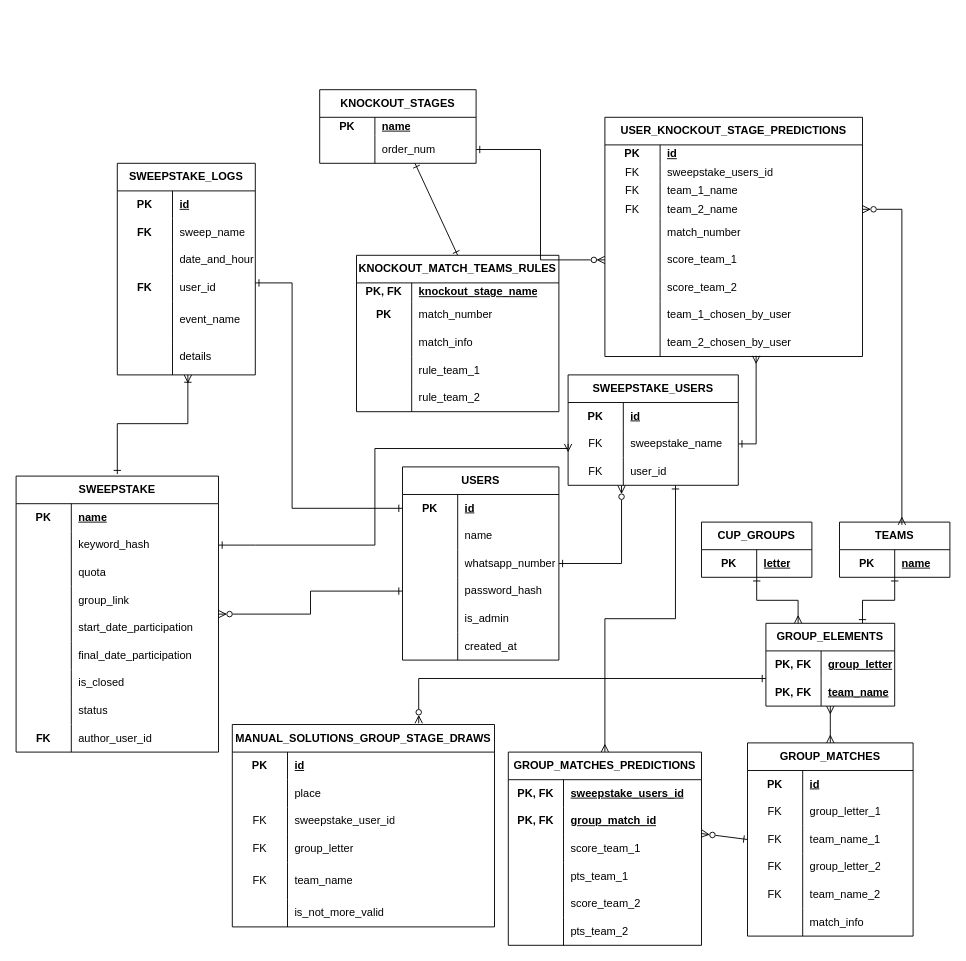
PedroKBarros/Bolao-do-Joca-2026 keeps this draw.io diagram as docs/Database - Diagrama ER.drawio. Above is the earlier version. Source tidied: cells renumbered, new cells numbered last; positions are measured from the earlier drawing's top-left corner, leaving out a move shared by most shapes. Both pictures are drawn from the tidied source at 92%, with x=0, y=0 at pixel (16, 89).
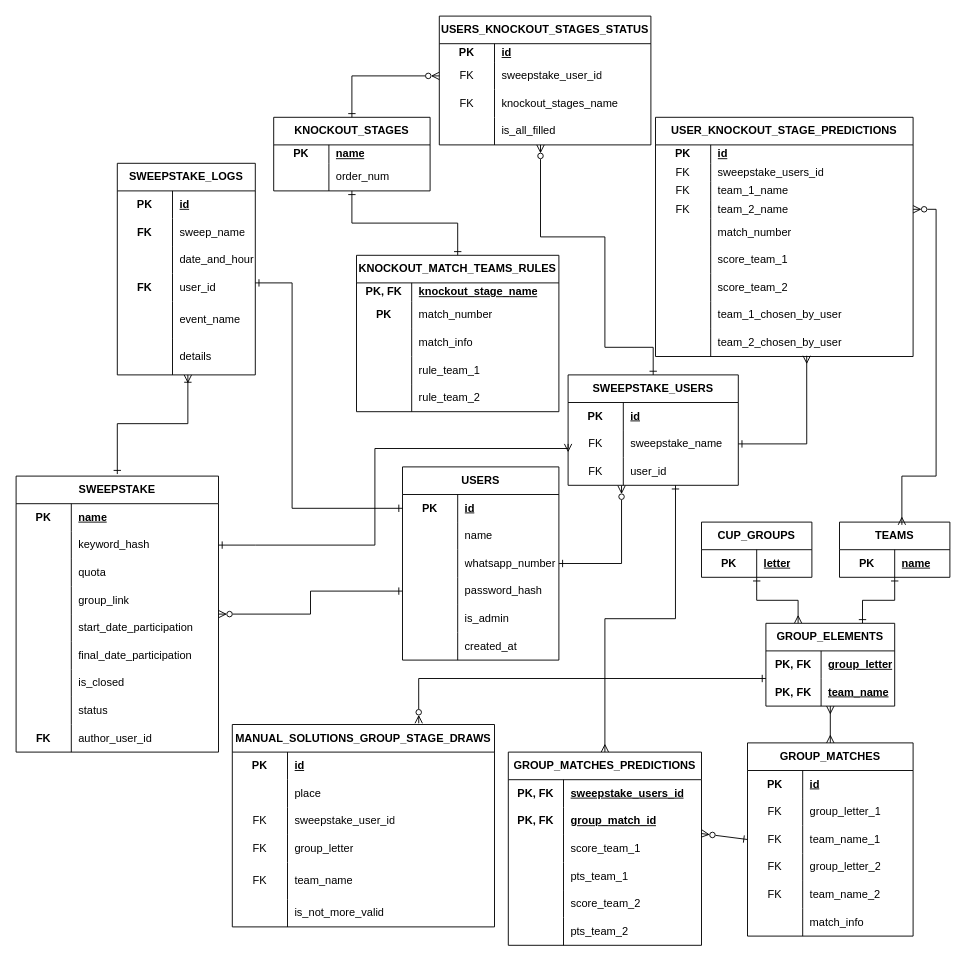
The same diagram, later.

Unchanged cells that the change refers to:
```xml
<mxCell id="8" value="TEAMS" style="shape=table;startSize=30;childLayout=tableLayout;rowLines=0;fontStyle=1;align=center;html=1;whiteSpace=wrap;rounded=0;" parent="1" vertex="1">
  <mxGeometry x="895" y="470" width="120" height="60" as="geometry" />
</mxCell>
<mxCell id="104" style="shape=tableRow;horizontal=0;startSize=0;swimlaneHead=0;swimlaneBody=0;fillColor=none;points=[[0,0.5],[1,0.5]];portConstraint=eastwest;top=0;left=0;right=0;bottom=0;html=1;rounded=0;" parent="100" vertex="1">
  <mxGeometry y="50" width="170" height="30" as="geometry" />
</mxCell>
<mxCell id="107" value="KNOCKOUT_MATCH_TEAMS_RULES" style="shape=table;startSize=30;childLayout=tableLayout;rowLines=0;fontStyle=1;align=center;html=1;whiteSpace=wrap;rounded=0;" parent="1" vertex="1">
  <mxGeometry x="370" y="180" width="220" height="170" as="geometry" />
</mxCell>
<mxCell id="133" style="shape=tableRow;horizontal=0;startSize=0;swimlaneHead=0;swimlaneBody=0;fillColor=none;points=[[0,0.5],[1,0.5]];portConstraint=eastwest;top=0;left=0;right=0;bottom=0;html=1;rounded=0;fontStyle=0;" parent="123" vertex="1">
  <mxGeometry y="90" width="280" height="20" as="geometry" />
</mxCell>
<mxCell id="139" style="shape=tableRow;horizontal=0;startSize=0;swimlaneHead=0;swimlaneBody=0;fillColor=none;points=[[0,0.5],[1,0.5]];portConstraint=eastwest;top=0;left=0;right=0;bottom=0;html=1;rounded=0;" parent="123" vertex="1">
  <mxGeometry y="140" width="280" height="30" as="geometry" />
</mxCell>
<mxCell id="183" value="SWEEPSTAKE_USERS" style="shape=table;startSize=30;childLayout=tableLayout;rowLines=0;fontStyle=1;align=center;html=1;whiteSpace=wrap;rounded=0;" parent="1" vertex="1">
  <mxGeometry x="600" y="310" width="185" height="120" as="geometry" />
</mxCell>
```

The edit, as a diff of the source:
```diff
@@
-    <mxCell id="99" style="edgeStyle=none;html=1;entryX=0.5;entryY=0;entryDx=0;entryDy=0;endArrow=ERone;endFill=0;startArrow=ERone;startFill=0;" parent="1" edge="1" source="100" target="107">
+    <mxCell id="99" style="edgeStyle=orthogonalEdgeStyle;html=1;entryX=0.5;entryY=0;entryDx=0;entryDy=0;endArrow=ERone;endFill=0;startArrow=ERone;startFill=0;rounded=0;curved=0;" parent="1" edge="1" source="100" target="107">
       <mxGeometry relative="1" as="geometry" />
     </mxCell>
     <mxCell id="100" value="KNOCKOUT_STAGES" style="shape=table;startSize=30;childLayout=tableLayout;rowLines=0;fontStyle=1;align=center;html=1;whiteSpace=wrap;rounded=0;" parent="1" vertex="1">
-      <mxGeometry x="330" width="170" height="80" as="geometry" />
+      <mxGeometry x="280" y="30" width="170" height="80" as="geometry" />
     </mxCell>
@@
     <mxCell id="123" value="&lt;span style=&quot;color: rgb(0, 0, 0);&quot;&gt;USER_KNOCKOUT_STAGE_PREDICTIONS&lt;/span&gt;" style="shape=table;startSize=30;childLayout=tableLayout;rowLines=0;fontStyle=1;align=center;html=1;whiteSpace=wrap;rounded=0;" parent="1" vertex="1">
-      <mxGeometry x="640" y="30" width="280" height="260" as="geometry" />
+      <mxGeometry x="695" y="30" width="280" height="260" as="geometry" />
     </mxCell>
@@
     <mxCell id="151" style="edgeStyle=orthogonalEdgeStyle;html=1;entryX=0.565;entryY=0.05;entryDx=0;entryDy=0;entryPerimeter=0;startArrow=ERzeroToMany;startFill=0;endArrow=ERmany;endFill=0;rounded=0;curved=0;exitX=1;exitY=0.5;exitDx=0;exitDy=0;" parent="1" edge="1" source="133" target="8">
-      <mxGeometry relative="1" as="geometry" />
+      <mxGeometry relative="1" as="geometry">
+        <Array as="points">
+          <mxPoint x="1000" y="130" />
+          <mxPoint x="1000" y="420" />
+          <mxPoint x="963" y="420" />
+        </Array>
+      </mxGeometry>
     </mxCell>
-    <mxCell id="152" style="edgeStyle=orthogonalEdgeStyle;html=1;entryX=0;entryY=0.5;entryDx=0;entryDy=0;rounded=0;curved=0;endArrow=ERzeroToMany;endFill=0;startArrow=ERone;startFill=0;exitX=1;exitY=0.5;exitDx=0;exitDy=0;" parent="1" edge="1" source="104" target="139">
-      <mxGeometry relative="1" as="geometry" />
-    </mxCell>
@@
+    <mxCell id="216" style="edgeStyle=orthogonalEdgeStyle;html=1;entryX=0.5;entryY=0;entryDx=0;entryDy=0;startArrow=ERzeroToMany;startFill=0;endArrow=ERone;endFill=0;rounded=0;curved=0;" parent="1" edge="1" source="217" target="183">
+      <mxGeometry relative="1" as="geometry">
+        <Array as="points">
+          <mxPoint x="570" y="160" />
+          <mxPoint x="640" y="160" />
+          <mxPoint x="640" y="280" />
+          <mxPoint x="693" y="280" />
+        </Array>
+      </mxGeometry>
+    </mxCell>
+    <mxCell id="217" value="USERS_KNOCKOUT_STAGES_STATUS" style="shape=table;startSize=30;childLayout=tableLayout;rowLines=0;fontStyle=1;align=center;html=1;whiteSpace=wrap;rounded=0;" parent="1" vertex="1">
+      <mxGeometry x="460" y="-80" width="230" height="140" as="geometry" />
+    </mxCell>
+    <mxCell id="218" style="shape=tableRow;horizontal=0;startSize=0;swimlaneHead=0;swimlaneBody=0;fillColor=none;top=0;left=0;right=0;bottom=0;html=1;rounded=0;" parent="217" vertex="1">
+      <mxGeometry y="30" width="230" height="20" as="geometry" />
+    </mxCell>
+    <mxCell id="219" value="PK" style="shape=partialRectangle;fillColor=none;top=0;left=0;bottom=0;right=0;fontStyle=1;overflow=hidden;html=1;whiteSpace=wrap;rounded=0;" parent="218" vertex="1">
+      <mxGeometry width="60" height="20" as="geometry" />
+    </mxCell>
+    <mxCell id="220" value="id" style="shape=partialRectangle;fillColor=none;top=0;left=0;bottom=0;right=0;align=left;spacingLeft=6;fontStyle=5;overflow=hidden;html=1;whiteSpace=wrap;rounded=0;" parent="218" vertex="1">
+      <mxGeometry x="60" width="170" height="20" as="geometry" />
+    </mxCell>
+    <mxCell id="221" style="shape=tableRow;horizontal=0;startSize=0;swimlaneHead=0;swimlaneBody=0;fillColor=none;points=[[0,0.5],[1,0.5]];portConstraint=eastwest;top=0;left=0;right=0;bottom=0;html=1;rounded=0;" parent="217" vertex="1">
+      <mxGeometry y="50" width="230" height="30" as="geometry" />
+    </mxCell>
+    <mxCell id="222" value="&lt;span style=&quot;font-weight: normal;&quot;&gt;FK&lt;/span&gt;" style="shape=partialRectangle;fillColor=none;top=0;left=0;bottom=0;right=0;fontStyle=1;overflow=hidden;html=1;whiteSpace=wrap;rounded=0;" parent="221" vertex="1">
+      <mxGeometry width="60" height="30" as="geometry" />
+    </mxCell>
+    <mxCell id="223" value="sweepstake_user_id" style="shape=partialRectangle;fillColor=none;top=0;left=0;bottom=0;right=0;align=left;spacingLeft=6;fontStyle=0;overflow=hidden;html=1;whiteSpace=wrap;rounded=0;" parent="221" vertex="1">
+      <mxGeometry x="60" width="170" height="30" as="geometry" />
+    </mxCell>
+    <mxCell id="224" style="shape=tableRow;horizontal=0;startSize=0;swimlaneHead=0;swimlaneBody=0;fillColor=none;top=0;left=0;right=0;bottom=0;html=1;rounded=0;" parent="217" vertex="1">
+      <mxGeometry y="80" width="230" height="30" as="geometry" />
+    </mxCell>
+    <mxCell id="225" value="&lt;span style=&quot;font-weight: normal;&quot;&gt;FK&lt;/span&gt;" style="shape=partialRectangle;fillColor=none;top=0;left=0;bottom=0;right=0;fontStyle=1;overflow=hidden;html=1;whiteSpace=wrap;rounded=0;" parent="224" vertex="1">
+      <mxGeometry width="60" height="30" as="geometry" />
+    </mxCell>
+    <mxCell id="226" value="knockout_stages_name" style="shape=partialRectangle;fillColor=none;top=0;left=0;bottom=0;right=0;align=left;spacingLeft=6;fontStyle=0;overflow=hidden;html=1;whiteSpace=wrap;rounded=0;" parent="224" vertex="1">
+      <mxGeometry x="60" width="170" height="30" as="geometry" />
+    </mxCell>
+    <mxCell id="227" style="shape=tableRow;horizontal=0;startSize=0;swimlaneHead=0;swimlaneBody=0;fillColor=none;top=0;left=0;right=0;bottom=0;html=1;rounded=0;" parent="217" vertex="1">
+      <mxGeometry y="110" width="230" height="30" as="geometry" />
+    </mxCell>
+    <mxCell id="228" style="shape=partialRectangle;fillColor=none;top=0;left=0;bottom=0;right=0;fontStyle=1;overflow=hidden;html=1;whiteSpace=wrap;rounded=0;" parent="227" vertex="1">
+      <mxGeometry width="60" height="30" as="geometry" />
+    </mxCell>
+    <mxCell id="229" value="is_all_filled" style="shape=partialRectangle;fillColor=none;top=0;left=0;bottom=0;right=0;align=left;spacingLeft=6;fontStyle=0;overflow=hidden;html=1;whiteSpace=wrap;rounded=0;" parent="227" vertex="1">
+      <mxGeometry x="60" width="170" height="30" as="geometry" />
+    </mxCell>
+    <mxCell id="230" style="edgeStyle=orthogonalEdgeStyle;html=1;exitX=0;exitY=0.5;exitDx=0;exitDy=0;entryX=0.5;entryY=0;entryDx=0;entryDy=0;endArrow=ERone;endFill=0;startArrow=ERzeroToMany;startFill=0;rounded=0;curved=0;" parent="1" edge="1" source="221" target="100">
+      <mxGeometry relative="1" as="geometry" />
+    </mxCell>
```
